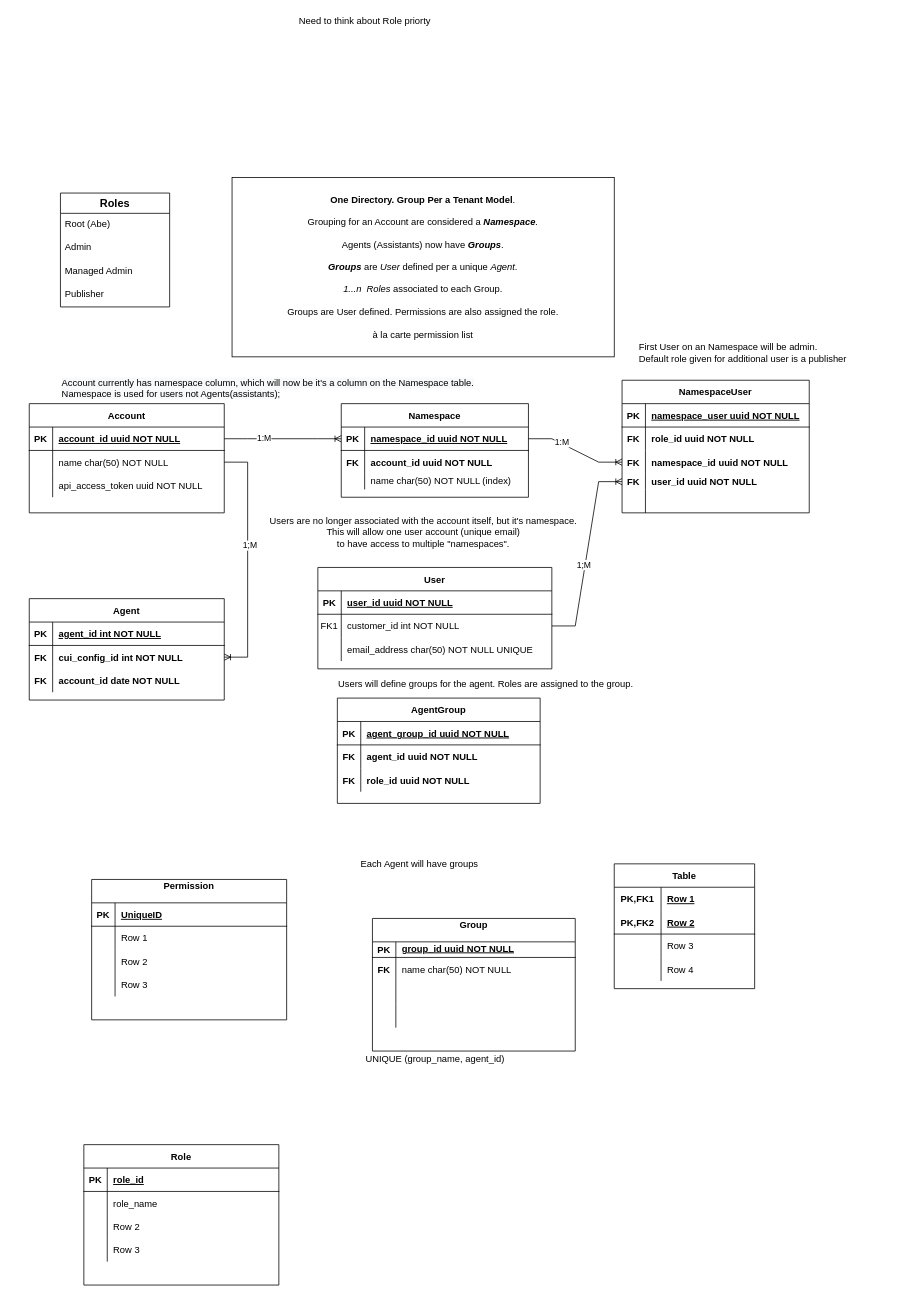
Before: Untitled Diagram.drawio in toyabeai/diagrams, a draw.io diagram. Source tidied: cells renumbered, new cells numbered last; positions are measured from the earlier drawing's top-left corner, leaving out a move shared by most shapes. Both pictures are drawn from the tidied source at 78%, with x=0, y=0 at pixel (29, 13).
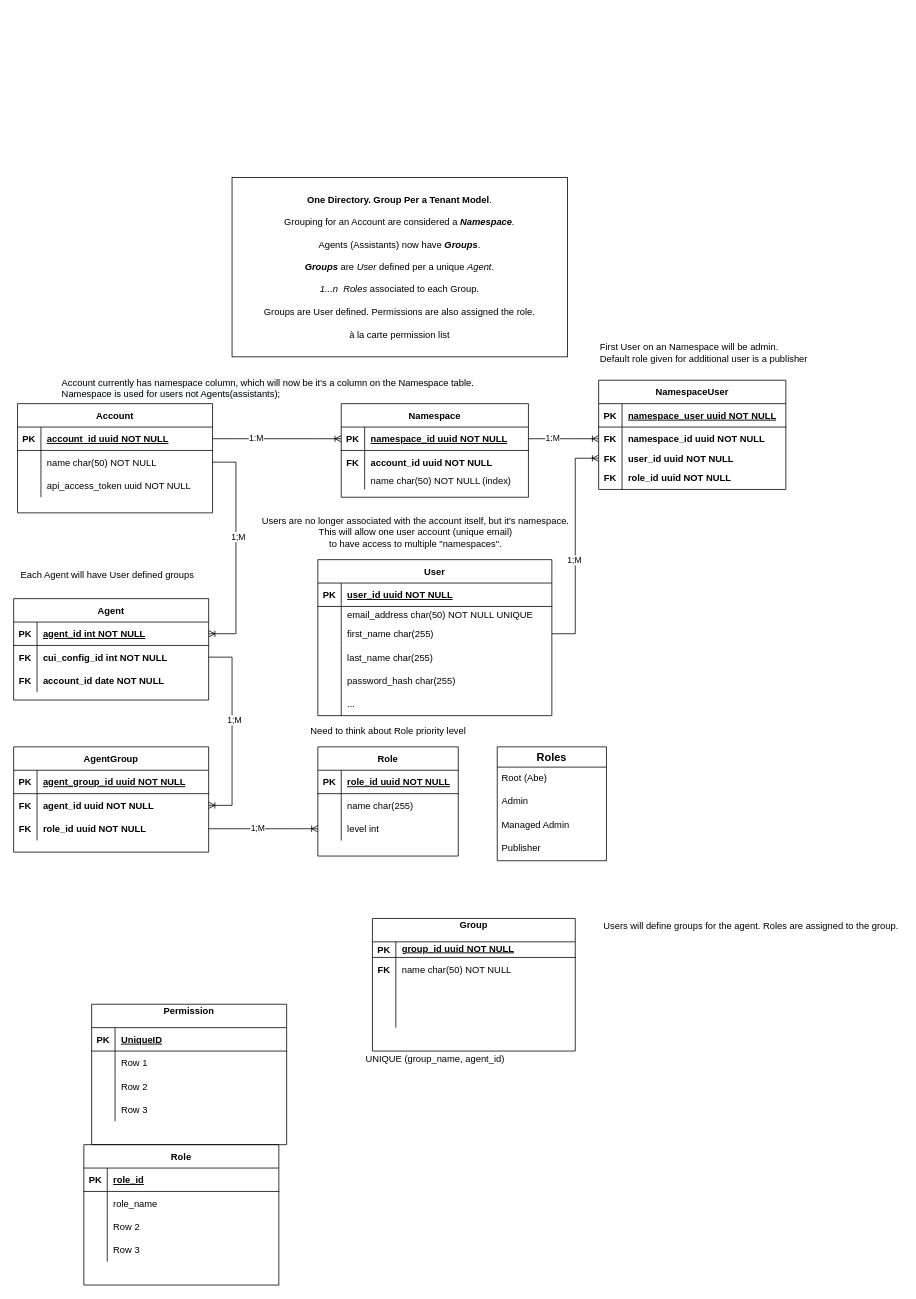
The same diagram, later.

The change refers to these unchanged cells:
```xml
<mxCell id="13" style="shape=partialRectangle;fillColor=none;points=[[0,0.5],[1,0.5]];portConstraint=eastwest;top=0;left=0;right=0;bottom=1;" parent="12" vertex="1">
  <mxGeometry y="30" width="250" height="30" as="geometry" />
</mxCell>
<mxCell id="16" style="shape=partialRectangle;fillColor=none;points=[[0,0.5],[1,0.5]];portConstraint=eastwest;top=0;left=0;right=0;bottom=0;" parent="12" vertex="1">
  <mxGeometry y="60" width="250" height="30" as="geometry" />
</mxCell>
<mxCell id="26" style="shape=partialRectangle;fillColor=none;points=[[0,0.5],[1,0.5]];portConstraint=eastwest;top=0;left=0;right=0;bottom=0;" parent="22" vertex="1">
  <mxGeometry y="60" width="250" height="30" as="geometry" />
</mxCell>
```

Diff of the diagram source:
```diff
@@
     <mxCell id="2" value="User" style="shape=table;startSize=30;childLayout=tableLayout;rowLines=0;fontStyle=1;align=center;" parent="1" vertex="1">
-      <mxGeometry x="370" y="710" width="300" height="130" as="geometry" />
+      <mxGeometry x="370" y="700" width="300" height="200" as="geometry" />
     </mxCell>
@@
+    <mxCell id="9" style="shape=partialRectangle;fillColor=none;top=0;left=0;right=0;bottom=0;" parent="2" vertex="1">
+      <mxGeometry y="60" width="300" height="20" as="geometry" />
+    </mxCell>
+    <mxCell id="10" style="shape=partialRectangle;overflow=hidden;fillColor=none;top=0;left=0;bottom=0;right=0;" parent="9" vertex="1">
+      <mxGeometry width="30" height="20" as="geometry" />
+    </mxCell>
+    <mxCell id="11" value="email_address char(50) NOT NULL UNIQUE" style="shape=partialRectangle;overflow=hidden;fillColor=none;top=0;left=0;bottom=0;right=0;align=left;spacingLeft=6;" parent="9" vertex="1">
+      <mxGeometry x="30" width="270" height="20" as="geometry" />
+    </mxCell>
     <mxCell id="6" style="shape=partialRectangle;fillColor=none;points=[[0,0.5],[1,0.5]];portConstraint=eastwest;top=0;left=0;right=0;bottom=0;" parent="2" vertex="1">
-      <mxGeometry y="60" width="300" height="30" as="geometry" />
+      <mxGeometry y="80" width="300" height="30" as="geometry" />
     </mxCell>
-    <mxCell id="7" value="FK1" style="shape=partialRectangle;overflow=hidden;fillColor=none;top=0;left=0;bottom=0;right=0;" parent="6" vertex="1">
+    <mxCell id="7" style="shape=partialRectangle;overflow=hidden;fillColor=none;top=0;left=0;bottom=0;right=0;" parent="6" vertex="1">
       <mxGeometry width="30" height="30" as="geometry" />
     </mxCell>
-    <mxCell id="8" value="customer_id int NOT NULL" style="shape=partialRectangle;overflow=hidden;fillColor=none;top=0;left=0;bottom=0;right=0;align=left;spacingLeft=6;" parent="6" vertex="1">
+    <mxCell id="8" value="first_name char(255)" style="shape=partialRectangle;overflow=hidden;fillColor=none;top=0;left=0;bottom=0;right=0;align=left;spacingLeft=6;" parent="6" vertex="1">
       <mxGeometry x="30" width="270" height="30" as="geometry" />
     </mxCell>
-    <mxCell id="9" style="shape=partialRectangle;fillColor=none;top=0;left=0;right=0;bottom=0;" parent="2" vertex="1">
-      <mxGeometry y="90" width="300" height="30" as="geometry" />
-    </mxCell>
-    <mxCell id="10" style="shape=partialRectangle;overflow=hidden;fillColor=none;top=0;left=0;bottom=0;right=0;" parent="9" vertex="1">
-      <mxGeometry width="30" height="30" as="geometry" />
-    </mxCell>
-    <mxCell id="11" value="email_address char(50) NOT NULL UNIQUE" style="shape=partialRectangle;overflow=hidden;fillColor=none;top=0;left=0;bottom=0;right=0;align=left;spacingLeft=6;" parent="9" vertex="1">
-      <mxGeometry x="30" width="270" height="30" as="geometry" />
-    </mxCell>
+    <mxCell id="144" style="shape=tableRow;horizontal=0;startSize=0;swimlaneHead=0;swimlaneBody=0;fillColor=none;top=0;left=0;right=0;bottom=0;" parent="2" vertex="1">
+      <mxGeometry y="110" width="300" height="30" as="geometry" />
+    </mxCell>
+    <mxCell id="145" style="shape=partialRectangle;fillColor=none;top=0;left=0;bottom=0;right=0;overflow=hidden;" parent="144" vertex="1">
+      <mxGeometry width="30" height="30" as="geometry" />
+    </mxCell>
+    <mxCell id="146" value="last_name char(255)" style="shape=partialRectangle;fillColor=none;top=0;left=0;bottom=0;right=0;align=left;spacingLeft=6;overflow=hidden;" parent="144" vertex="1">
+      <mxGeometry x="30" width="270" height="30" as="geometry" />
+    </mxCell>
+    <mxCell id="147" style="shape=tableRow;horizontal=0;startSize=0;swimlaneHead=0;swimlaneBody=0;fillColor=none;top=0;left=0;right=0;bottom=0;" parent="2" vertex="1">
+      <mxGeometry y="140" width="300" height="30" as="geometry" />
+    </mxCell>
+    <mxCell id="148" style="shape=partialRectangle;fillColor=none;top=0;left=0;bottom=0;right=0;overflow=hidden;" parent="147" vertex="1">
+      <mxGeometry width="30" height="30" as="geometry" />
+    </mxCell>
+    <mxCell id="149" value="password_hash char(255)" style="shape=partialRectangle;fillColor=none;top=0;left=0;bottom=0;right=0;align=left;spacingLeft=6;overflow=hidden;" parent="147" vertex="1">
+      <mxGeometry x="30" width="270" height="30" as="geometry" />
+    </mxCell>
+    <mxCell id="150" style="shape=tableRow;horizontal=0;startSize=0;swimlaneHead=0;swimlaneBody=0;fillColor=none;top=0;left=0;right=0;bottom=0;" parent="2" vertex="1">
+      <mxGeometry y="170" width="300" height="30" as="geometry" />
+    </mxCell>
+    <mxCell id="151" style="shape=partialRectangle;fillColor=none;top=0;left=0;bottom=0;right=0;overflow=hidden;" parent="150" vertex="1">
+      <mxGeometry width="30" height="30" as="geometry" />
+    </mxCell>
+    <mxCell id="152" value="..." style="shape=partialRectangle;fillColor=none;top=0;left=0;bottom=0;right=0;align=left;spacingLeft=6;overflow=hidden;" parent="150" vertex="1">
+      <mxGeometry x="30" width="270" height="30" as="geometry" />
+    </mxCell>
     <mxCell id="12" value="Agent" style="shape=table;startSize=30;childLayout=tableLayout;rowLines=0;fontStyle=1;align=center;" parent="1" vertex="1">
-      <mxGeometry y="750" width="250" height="130" as="geometry" />
+      <mxGeometry x="-20" y="750" width="250" height="130" as="geometry" />
     </mxCell>
@@
     <mxCell id="22" value="Account" style="shape=table;startSize=30;childLayout=tableLayout;rowLines=0;fontStyle=1;align=center;" parent="1" vertex="1">
-      <mxGeometry y="500" width="250" height="140" as="geometry" />
+      <mxGeometry x="-15" y="500" width="250" height="140" as="geometry" />
     </mxCell>
@@
     <mxCell id="68" value="Permission&#10;" style="shape=table;startSize=30;childLayout=tableLayout;rowLines=0;fontStyle=1;align=center;" parent="1" vertex="1">
-      <mxGeometry x="80" y="1110" width="250" height="180" as="geometry" />
+      <mxGeometry x="80" y="1270" width="250" height="180" as="geometry" />
     </mxCell>
@@
-    <mxCell id="81" value="Table" style="shape=table;startSize=30;childLayout=tableLayout;rowLines=0;fontStyle=1;align=center;" parent="1" vertex="1">
-      <mxGeometry x="750" y="1090" width="180" height="160" as="geometry" />
-    </mxCell>
-    <mxCell id="82" style="shape=tableRow;horizontal=0;startSize=0;swimlaneHead=0;swimlaneBody=0;fillColor=none;top=0;left=0;right=0;bottom=0;" parent="81" vertex="1">
-      <mxGeometry y="30" width="180" height="30" as="geometry" />
-    </mxCell>
-    <mxCell id="83" value="PK,FK1" style="shape=partialRectangle;fillColor=none;top=0;left=0;bottom=0;right=0;fontStyle=1;overflow=hidden;" parent="82" vertex="1">
-      <mxGeometry width="60" height="30" as="geometry" />
-    </mxCell>
-    <mxCell id="84" value="Row 1" style="shape=partialRectangle;fillColor=none;top=0;left=0;bottom=0;right=0;align=left;spacingLeft=6;fontStyle=5;overflow=hidden;" parent="82" vertex="1">
-      <mxGeometry x="60" width="120" height="30" as="geometry" />
-    </mxCell>
-    <mxCell id="85" style="shape=tableRow;horizontal=0;startSize=0;swimlaneHead=0;swimlaneBody=0;fillColor=none;top=0;left=0;right=0;bottom=1;" parent="81" vertex="1">
-      <mxGeometry y="60" width="180" height="30" as="geometry" />
-    </mxCell>
-    <mxCell id="86" value="PK,FK2" style="shape=partialRectangle;fillColor=none;top=0;left=0;bottom=0;right=0;fontStyle=1;overflow=hidden;" parent="85" vertex="1">
-      <mxGeometry width="60" height="30" as="geometry" />
-    </mxCell>
-    <mxCell id="87" value="Row 2" style="shape=partialRectangle;fillColor=none;top=0;left=0;bottom=0;right=0;align=left;spacingLeft=6;fontStyle=5;overflow=hidden;" parent="85" vertex="1">
-      <mxGeometry x="60" width="120" height="30" as="geometry" />
-    </mxCell>
-    <mxCell id="88" style="shape=tableRow;horizontal=0;startSize=0;swimlaneHead=0;swimlaneBody=0;fillColor=none;points=[[0,0.5],[1,0.5]];portConstraint=eastwest;top=0;left=0;right=0;bottom=0;" parent="81" vertex="1">
-      <mxGeometry y="90" width="180" height="30" as="geometry" />
-    </mxCell>
-    <mxCell id="89" style="shape=partialRectangle;fillColor=none;top=0;left=0;bottom=0;right=0;overflow=hidden;" parent="88" vertex="1">
-      <mxGeometry width="60" height="30" as="geometry" />
-    </mxCell>
-    <mxCell id="90" value="Row 3" style="shape=partialRectangle;fillColor=none;top=0;left=0;bottom=0;right=0;align=left;spacingLeft=6;overflow=hidden;" parent="88" vertex="1">
-      <mxGeometry x="60" width="120" height="30" as="geometry" />
-    </mxCell>
-    <mxCell id="91" style="shape=tableRow;horizontal=0;startSize=0;swimlaneHead=0;swimlaneBody=0;fillColor=none;top=0;left=0;right=0;bottom=0;" parent="81" vertex="1">
-      <mxGeometry y="120" width="180" height="30" as="geometry" />
-    </mxCell>
-    <mxCell id="92" style="shape=partialRectangle;fillColor=none;top=0;left=0;bottom=0;right=0;overflow=hidden;" parent="91" vertex="1">
-      <mxGeometry width="60" height="30" as="geometry" />
-    </mxCell>
-    <mxCell id="93" value="Row 4" style="shape=partialRectangle;fillColor=none;top=0;left=0;bottom=0;right=0;align=left;spacingLeft=6;overflow=hidden;" parent="91" vertex="1">
-      <mxGeometry x="60" width="120" height="30" as="geometry" />
-    </mxCell>
@@
     <mxCell id="96" value="AgentGroup" style="shape=table;startSize=30;childLayout=tableLayout;rowLines=0;fontStyle=1;align=center;" parent="1" vertex="1">
-      <mxGeometry x="395" y="877.5" width="260" height="135" as="geometry" />
+      <mxGeometry x="-20" y="940" width="250" height="135" as="geometry" />
     </mxCell>
     <mxCell id="97" style="shape=tableRow;horizontal=0;startSize=0;swimlaneHead=0;swimlaneBody=0;fillColor=none;top=0;left=0;right=0;bottom=1;" parent="96" vertex="1">
-      <mxGeometry y="30" width="260" height="30" as="geometry" />
+      <mxGeometry y="30" width="250" height="30" as="geometry" />
     </mxCell>
@@
     <mxCell id="99" value="agent_group_id uuid NOT NULL" style="shape=partialRectangle;fillColor=none;top=0;left=0;bottom=0;right=0;align=left;spacingLeft=6;fontStyle=5;overflow=hidden;" parent="97" vertex="1">
-      <mxGeometry x="30" width="230" height="30" as="geometry" />
+      <mxGeometry x="30" width="220" height="30" as="geometry" />
     </mxCell>
     <mxCell id="100" style="shape=tableRow;horizontal=0;startSize=0;swimlaneHead=0;swimlaneBody=0;fillColor=none;points=[[0,0.5],[1,0.5]];portConstraint=eastwest;top=0;left=0;right=0;bottom=0;" parent="96" vertex="1">
-      <mxGeometry y="60" width="260" height="30" as="geometry" />
+      <mxGeometry y="60" width="250" height="30" as="geometry" />
     </mxCell>
@@
     <mxCell id="102" value="agent_id uuid NOT NULL" style="shape=partialRectangle;fillColor=none;top=0;left=0;bottom=0;right=0;align=left;spacingLeft=6;overflow=hidden;fontStyle=1;" parent="100" vertex="1">
-      <mxGeometry x="30" width="230" height="30" as="geometry" />
+      <mxGeometry x="30" width="220" height="30" as="geometry" />
     </mxCell>
     <mxCell id="103" style="shape=tableRow;horizontal=0;startSize=0;swimlaneHead=0;swimlaneBody=0;fillColor=none;points=[[0,0.5],[1,0.5]];portConstraint=eastwest;top=0;left=0;right=0;bottom=0;" parent="96" vertex="1">
-      <mxGeometry y="90" width="260" height="30" as="geometry" />
+      <mxGeometry y="90" width="250" height="30" as="geometry" />
     </mxCell>
@@
     <mxCell id="105" value="role_id uuid NOT NULL" style="shape=partialRectangle;fillColor=none;top=0;left=0;bottom=0;right=0;align=left;spacingLeft=6;overflow=hidden;fontStyle=1;" parent="103" vertex="1">
-      <mxGeometry x="30" width="230" height="30" as="geometry" />
+      <mxGeometry x="30" width="220" height="30" as="geometry" />
     </mxCell>
-    <mxCell id="106" value="Each Agent will have groups" style="text;html=1;align=center;verticalAlign=middle;strokeColor=none;fillColor=none;" parent="1" vertex="1">
-      <mxGeometry x="415" y="1080" width="170" height="20" as="geometry" />
+    <mxCell id="106" value="Each Agent will have User defined groups" style="text;html=1;align=center;verticalAlign=middle;strokeColor=none;fillColor=none;" parent="1" vertex="1">
+      <mxGeometry x="-20" y="710" width="240" height="20" as="geometry" />
     </mxCell>
     <mxCell id="107" value="Users are no longer associated with the account itself, but it's namespace. &lt;br&gt;This will allow one user account (unique email) &lt;br&gt;to have access to multiple &quot;namespaces&quot;." style="text;html=1;align=center;verticalAlign=middle;strokeColor=none;fillColor=none;" parent="1" vertex="1">
-      <mxGeometry x="300" y="640" width="410" height="50" as="geometry" />
+      <mxGeometry x="290" y="640" width="410" height="50" as="geometry" />
     </mxCell>
     <mxCell id="108" value="&lt;b&gt;One Directory. Group Per a Tenant Model&lt;/b&gt;.&lt;br&gt;&lt;br&gt;Grouping for an Account are considered a&lt;i&gt; &lt;b&gt;Namespace&lt;/b&gt;.&lt;br&gt;&lt;/i&gt;&lt;br&gt;Agents (Assistants) now have &lt;i&gt;&lt;b&gt;Groups&lt;/b&gt;&lt;/i&gt;.&lt;br&gt;&lt;br&gt;&lt;i&gt;&lt;b&gt;Groups&lt;/b&gt;&lt;/i&gt;&amp;nbsp;are &lt;i&gt;User&lt;/i&gt; defined per a unique&amp;nbsp;&lt;i&gt;Agent&lt;/i&gt;.&lt;br&gt;&lt;br&gt;&lt;i&gt;1...n&amp;nbsp; Roles&lt;/i&gt; associated to each Group.&lt;br&gt;&lt;br&gt;Groups are User defined. Permissions are also assigned the role.&lt;br&gt;&lt;br&gt;à la carte permission list" style="whiteSpace=wrap;html=1;" parent="1" vertex="1">
-      <mxGeometry x="260" y="210" width="490" height="230" as="geometry" />
+      <mxGeometry x="260" y="210" width="430" height="230" as="geometry" />
     </mxCell>
@@
     <mxCell id="112" value="NamespaceUser" style="shape=table;startSize=30;childLayout=tableLayout;rowLines=0;fontStyle=1;align=center;" parent="1" vertex="1">
-      <mxGeometry x="760" y="470" width="240" height="170" as="geometry" />
+      <mxGeometry x="730" y="470" width="240" height="140" as="geometry" />
     </mxCell>
@@
-    <mxCell id="116" style="shape=tableRow;horizontal=0;startSize=0;swimlaneHead=0;swimlaneBody=0;fillColor=none;top=0;left=0;right=0;bottom=0;" parent="112" vertex="1">
-      <mxGeometry y="60" width="240" height="30" as="geometry" />
-    </mxCell>
-    <mxCell id="117" value="FK" style="shape=partialRectangle;fillColor=none;top=0;left=0;bottom=0;right=0;fontStyle=1;overflow=hidden;" parent="116" vertex="1">
-      <mxGeometry width="30" height="30" as="geometry" />
-    </mxCell>
-    <mxCell id="118" value="role_id uuid NOT NULL" style="shape=partialRectangle;fillColor=none;top=0;left=0;bottom=0;right=0;align=left;spacingLeft=6;fontStyle=1;overflow=hidden;" parent="116" vertex="1">
-      <mxGeometry x="30" width="210" height="30" as="geometry" />
-    </mxCell>
     <mxCell id="119" style="shape=tableRow;horizontal=0;startSize=0;swimlaneHead=0;swimlaneBody=0;fillColor=none;points=[[0,0.5],[1,0.5]];portConstraint=eastwest;top=0;left=0;right=0;bottom=0;fontStyle=1;" parent="112" vertex="1">
-      <mxGeometry y="90" width="240" height="30" as="geometry" />
+      <mxGeometry y="60" width="240" height="30" as="geometry" />
     </mxCell>
@@
     <mxCell id="122" style="shape=tableRow;horizontal=0;startSize=0;swimlaneHead=0;swimlaneBody=0;fillColor=none;points=[[0,0.5],[1,0.5]];portConstraint=eastwest;top=0;left=0;right=0;bottom=0;" parent="112" vertex="1">
-      <mxGeometry y="120" width="240" height="20" as="geometry" />
+      <mxGeometry y="90" width="240" height="20" as="geometry" />
     </mxCell>
@@
-    <mxCell id="125" style="shape=tableRow;horizontal=0;startSize=0;swimlaneHead=0;swimlaneBody=0;fillColor=none;top=0;left=0;right=0;bottom=0;" parent="112" vertex="1">
-      <mxGeometry y="140" width="240" height="30" as="geometry" />
-    </mxCell>
-    <mxCell id="126" style="shape=partialRectangle;fillColor=none;top=0;left=0;bottom=0;right=0;overflow=hidden;" parent="125" vertex="1">
-      <mxGeometry width="30" height="30" as="geometry" />
-    </mxCell>
-    <mxCell id="127" style="shape=partialRectangle;fillColor=none;top=0;left=0;bottom=0;right=0;align=left;spacingLeft=6;overflow=hidden;" parent="125" vertex="1">
-      <mxGeometry x="30" width="210" height="30" as="geometry" />
-    </mxCell>
+    <mxCell id="116" style="shape=tableRow;horizontal=0;startSize=0;swimlaneHead=0;swimlaneBody=0;fillColor=none;top=0;left=0;right=0;bottom=0;" parent="112" vertex="1">
+      <mxGeometry y="110" width="240" height="30" as="geometry" />
+    </mxCell>
+    <mxCell id="117" value="FK" style="shape=partialRectangle;fillColor=none;top=0;left=0;bottom=0;right=0;fontStyle=1;overflow=hidden;" parent="116" vertex="1">
+      <mxGeometry width="30" height="30" as="geometry" />
+    </mxCell>
+    <mxCell id="118" value="role_id uuid NOT NULL" style="shape=partialRectangle;fillColor=none;top=0;left=0;bottom=0;right=0;align=left;spacingLeft=6;fontStyle=1;overflow=hidden;" parent="116" vertex="1">
+      <mxGeometry x="30" width="210" height="30" as="geometry" />
+    </mxCell>
@@
     <mxCell id="130" value="Users will define groups for the agent. Roles are assigned to the group." style="text;html=1;align=center;verticalAlign=middle;strokeColor=none;fillColor=none;" parent="1" vertex="1">
-      <mxGeometry x="390" y="850" width="390" height="20" as="geometry" />
+      <mxGeometry x="730" y="1160" width="390" height="20" as="geometry" />
     </mxCell>
-    <mxCell id="131" style="edgeStyle=entityRelationEdgeStyle;fontSize=12;html=1;endArrow=ERoneToMany;rounded=0;entryX=1;entryY=0.5;entryDx=0;entryDy=0;" parent="1" edge="1" source="26" target="16">
+    <mxCell id="131" style="edgeStyle=entityRelationEdgeStyle;fontSize=12;html=1;endArrow=ERoneToMany;rounded=0;entryX=1;entryY=0.5;entryDx=0;entryDy=0;" parent="1" edge="1" source="26" target="13">
       <mxGeometry relative="1" as="geometry" />
     </mxCell>
@@
     <mxCell id="137" value="First User on an Namespace will be admin.&lt;br&gt;Default role given for additional user is a publisher" style="text;html=1;align=left;verticalAlign=middle;strokeColor=none;fillColor=none;" parent="1" vertex="1">
-      <mxGeometry x="780" y="420" width="280" height="30" as="geometry" />
+      <mxGeometry x="730" y="420" width="280" height="30" as="geometry" />
     </mxCell>
     <mxCell id="138" value="Roles" style="swimlane;fontStyle=1;horizontal=1;startSize=26;align=center;fontSize=14;" parent="1" vertex="1">
-      <mxGeometry x="40" y="230" width="140" height="146" as="geometry" />
+      <mxGeometry x="600" y="940" width="140" height="146" as="geometry" />
     </mxCell>
@@
-    <mxCell id="143" value="Need to think about Role priorty" style="text;html=1;align=center;verticalAlign=middle;strokeColor=none;fillColor=none;" parent="1" vertex="1">
-      <mxGeometry x="340" width="180" height="20" as="geometry" />
-    </mxCell>
+    <mxCell id="153" style="edgeStyle=entityRelationEdgeStyle;fontSize=12;html=1;endArrow=ERoneToMany;rounded=0;entryX=1;entryY=0.5;entryDx=0;entryDy=0;exitX=1;exitY=0.5;exitDx=0;exitDy=0;" parent="1" edge="1" source="16" target="100">
+      <mxGeometry relative="1" as="geometry" />
+    </mxCell>
+    <mxCell id="154" value="1;M&lt;br&gt;" style="edgeLabel;html=1;align=center;verticalAlign=middle;" parent="153" vertex="1">
+      <mxGeometry x="-0.12" y="2" relative="1" as="geometry" />
+    </mxCell>
+    <mxCell id="155" value="Role" style="shape=table;startSize=30;childLayout=tableLayout;rowLines=0;fontStyle=1;align=center;" parent="1" vertex="1">
+      <mxGeometry x="370" y="940" width="180" height="140" as="geometry" />
+    </mxCell>
+    <mxCell id="156" style="shape=tableRow;horizontal=0;startSize=0;swimlaneHead=0;swimlaneBody=0;fillColor=none;top=0;left=0;right=0;bottom=1;" parent="155" vertex="1">
+      <mxGeometry y="30" width="180" height="30" as="geometry" />
+    </mxCell>
+    <mxCell id="157" value="PK" style="shape=partialRectangle;fillColor=none;top=0;left=0;bottom=0;right=0;fontStyle=1;overflow=hidden;" parent="156" vertex="1">
+      <mxGeometry width="30" height="30" as="geometry" />
+    </mxCell>
+    <mxCell id="158" value="role_id uuid NOT NULL" style="shape=partialRectangle;fillColor=none;top=0;left=0;bottom=0;right=0;align=left;spacingLeft=6;fontStyle=5;overflow=hidden;" parent="156" vertex="1">
+      <mxGeometry x="30" width="150" height="30" as="geometry" />
+    </mxCell>
+    <mxCell id="159" style="shape=tableRow;horizontal=0;startSize=0;swimlaneHead=0;swimlaneBody=0;fillColor=none;top=0;left=0;right=0;bottom=0;" parent="155" vertex="1">
+      <mxGeometry y="60" width="180" height="30" as="geometry" />
+    </mxCell>
+    <mxCell id="160" style="shape=partialRectangle;fillColor=none;top=0;left=0;bottom=0;right=0;overflow=hidden;" parent="159" vertex="1">
+      <mxGeometry width="30" height="30" as="geometry" />
+    </mxCell>
+    <mxCell id="161" value="name char(255)" style="shape=partialRectangle;fillColor=none;top=0;left=0;bottom=0;right=0;align=left;spacingLeft=6;overflow=hidden;" parent="159" vertex="1">
+      <mxGeometry x="30" width="150" height="30" as="geometry" />
+    </mxCell>
+    <mxCell id="88" style="shape=tableRow;horizontal=0;startSize=0;swimlaneHead=0;swimlaneBody=0;fillColor=none;points=[[0,0.5],[1,0.5]];portConstraint=eastwest;top=0;left=0;right=0;bottom=0;" parent="155" vertex="1">
+      <mxGeometry y="90" width="180" height="30" as="geometry" />
+    </mxCell>
+    <mxCell id="162" style="shape=partialRectangle;fillColor=none;top=0;left=0;bottom=0;right=0;overflow=hidden;" parent="88" vertex="1">
+      <mxGeometry width="30" height="30" as="geometry" />
+    </mxCell>
+    <mxCell id="163" value="level int " style="shape=partialRectangle;fillColor=none;top=0;left=0;bottom=0;right=0;align=left;spacingLeft=6;overflow=hidden;" parent="88" vertex="1">
+      <mxGeometry x="30" width="150" height="30" as="geometry" />
+    </mxCell>
+    <mxCell id="164" style="edgeStyle=entityRelationEdgeStyle;fontSize=12;html=1;endArrow=ERoneToMany;rounded=0;entryX=0;entryY=0.5;entryDx=0;entryDy=0;exitX=1;exitY=0.5;exitDx=0;exitDy=0;" parent="1" edge="1" source="103" target="88">
+      <mxGeometry relative="1" as="geometry" />
+    </mxCell>
+    <mxCell id="165" value="1;M&lt;br&gt;" style="edgeLabel;html=1;align=center;verticalAlign=middle;" parent="164" vertex="1">
+      <mxGeometry x="-0.12" y="2" relative="1" as="geometry" />
+    </mxCell>
+    <mxCell id="166" value="Need to think about Role priority level" style="text;html=1;align=center;verticalAlign=middle;strokeColor=none;fillColor=none;" parent="1" vertex="1">
+      <mxGeometry x="355" y="910" width="210" height="20" as="geometry" />
+    </mxCell>
```
